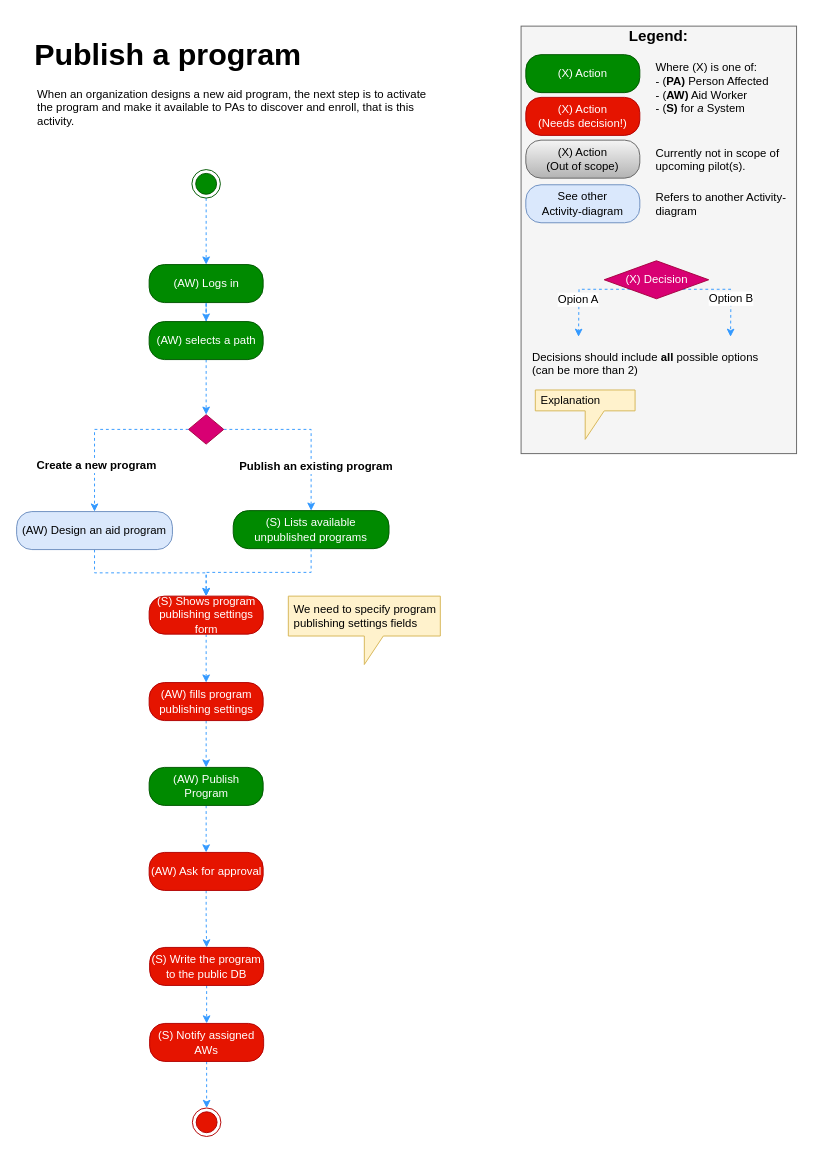
The draw.io diagram Activity Diagrams/Publish a program activity.drawio in nsward/diagrams, before the edit. Source tidied: cells renumbered, new cells numbered last; positions are measured from the earlier drawing's top-left corner, leaving out a move shared by most shapes. Both pictures are drawn from the tidied source at 95%, with x=0, y=0 at pixel (16, 16).
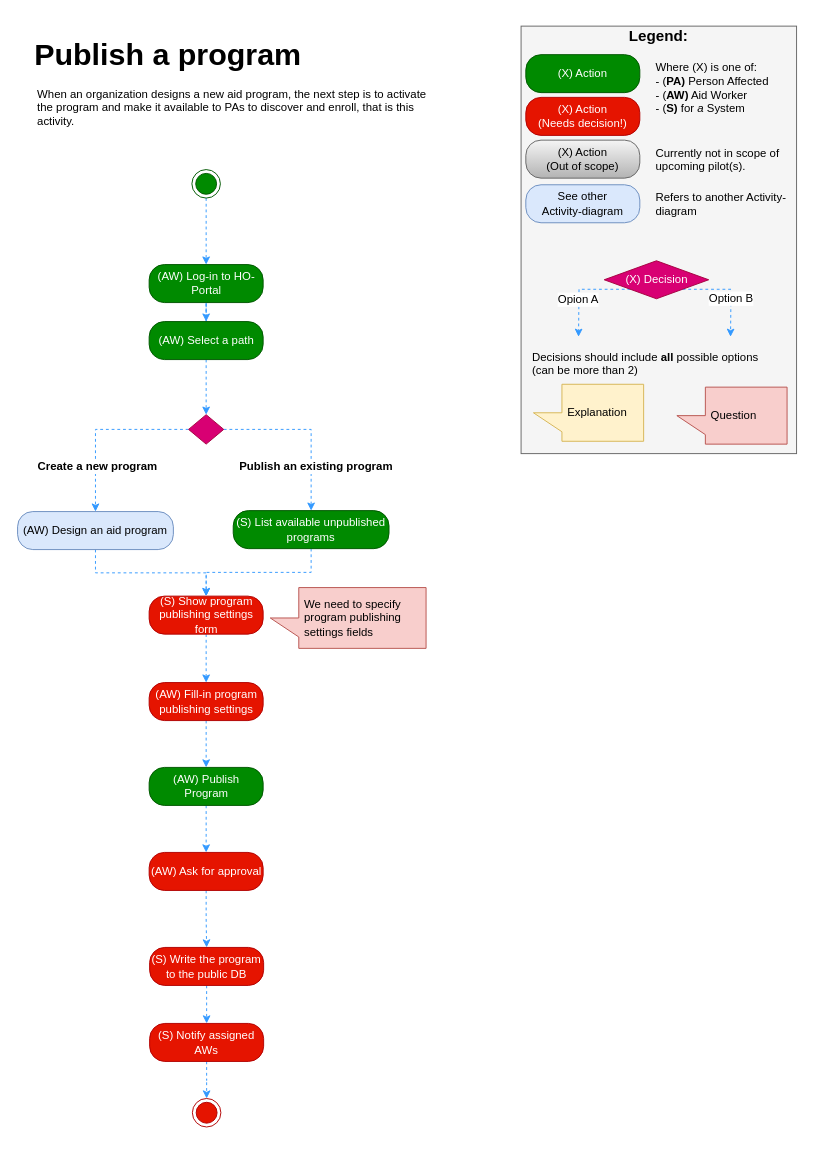
After the change.

Commit message:
AB#148 : Update "Publish a program" activity

The edit, as a diff of the source:
```diff
@@
-    <mxCell id="5" value="(AW) Logs in" style="rounded=1;whiteSpace=wrap;html=1;arcSize=40;fillColor=#008a00;strokeColor=#005700;fontColor=#ffffff;" parent="1" vertex="1">
+    <mxCell id="5" value="(AW) Log-in to HO-Portal" style="rounded=1;whiteSpace=wrap;html=1;arcSize=40;fillColor=#008a00;strokeColor=#005700;fontColor=#ffffff;" parent="1" vertex="1">
       <mxGeometry x="139.5" y="261" width="120" height="40" as="geometry" />
     </mxCell>
@@
-    <mxCell id="9" value="(AW) selects a path" style="rounded=1;whiteSpace=wrap;html=1;arcSize=40;fillColor=#008a00;strokeColor=#005700;fontColor=#ffffff;" parent="1" vertex="1">
+    <mxCell id="9" value="(AW) Select a path" style="rounded=1;whiteSpace=wrap;html=1;arcSize=40;fillColor=#008a00;strokeColor=#005700;fontColor=#ffffff;" parent="1" vertex="1">
       <mxGeometry x="139.5" y="321" width="120" height="40" as="geometry" />
     </mxCell>
@@
-    <mxCell id="11" value="(S) Shows program publishing settings form" style="rounded=1;whiteSpace=wrap;html=1;arcSize=40;fillColor=#e51400;strokeColor=#B20000;fontColor=#ffffff;" parent="1" vertex="1">
+    <mxCell id="11" value="(S) Show program publishing settings form" style="rounded=1;whiteSpace=wrap;html=1;arcSize=40;fillColor=#e51400;strokeColor=#B20000;fontColor=#ffffff;" parent="1" vertex="1">
       <mxGeometry x="139.5" y="610" width="120" height="40" as="geometry" />
     </mxCell>
@@
-    <mxCell id="13" value="(AW) fills program publishing settings" style="rounded=1;whiteSpace=wrap;html=1;arcSize=40;fillColor=#e51400;strokeColor=#B20000;fontColor=#ffffff;" parent="1" vertex="1">
+    <mxCell id="13" value="(AW) Fill-in program publishing settings" style="rounded=1;whiteSpace=wrap;html=1;arcSize=40;fillColor=#e51400;strokeColor=#B20000;fontColor=#ffffff;" parent="1" vertex="1">
       <mxGeometry x="139.5" y="701" width="120" height="40" as="geometry" />
     </mxCell>
@@
-    <mxCell id="33" value="&lt;p&gt;Explanation&lt;/p&gt;" style="shape=callout;whiteSpace=wrap;html=1;perimeter=calloutPerimeter;fillColor=#fff2cc;fontSize=12;align=left;strokeColor=#d6b656;spacingLeft=4;" parent="1" vertex="1">
-      <mxGeometry x="546" y="393" width="105" height="52" as="geometry" />
+    <mxCell id="33" value="&lt;p&gt;Explanation&lt;/p&gt;" style="shape=callout;whiteSpace=wrap;html=1;perimeter=calloutPerimeter;fillColor=#fff2cc;fontSize=12;align=left;strokeColor=#d6b656;spacingLeft=4;direction=south;" parent="1" vertex="1">
+      <mxGeometry x="544" y="387" width="116" height="60" as="geometry" />
     </mxCell>
@@
-    <mxCell id="41" value="(S) Lists available unpublished programs" style="rounded=1;whiteSpace=wrap;html=1;arcSize=40;fillColor=#008a00;strokeColor=#005700;fontColor=#ffffff;" parent="1" vertex="1">
+    <mxCell id="41" value="(S) List available unpublished programs" style="rounded=1;whiteSpace=wrap;html=1;arcSize=40;fillColor=#008a00;strokeColor=#005700;fontColor=#ffffff;" parent="1" vertex="1">
       <mxGeometry x="228" y="520" width="164" height="40" as="geometry" />
     </mxCell>
@@
     <mxCell id="43" value="(AW) Design an aid program" style="rounded=1;whiteSpace=wrap;html=1;arcSize=40;fillColor=#dae8fc;strokeColor=#6c8ebf;fontColor=#000000;" parent="1" vertex="1">
-      <mxGeometry y="521" width="164" height="40" as="geometry" />
+      <mxGeometry x="1" y="521" width="164" height="40" as="geometry" />
     </mxCell>
@@
     <mxCell id="50" style="ellipse;html=1;shape=endState;fillColor=#e51400;strokeColor=#B20000;fontColor=#ffffff;" parent="1" vertex="1">
-      <mxGeometry x="185" y="1148.8" width="30" height="30" as="geometry" />
+      <mxGeometry x="185" y="1138.8" width="30" height="30" as="geometry" />
     </mxCell>
@@
-    <mxCell id="53" value="&lt;p&gt;We need to specify program publishing settings fields&lt;/p&gt;" style="shape=callout;whiteSpace=wrap;html=1;perimeter=calloutPerimeter;fillColor=#fff2cc;fontSize=12;align=left;strokeColor=#d6b656;spacingLeft=4;" parent="1" vertex="1">
-      <mxGeometry x="286" y="610" width="160" height="72" as="geometry" />
+    <mxCell id="53" value="&lt;p&gt;We need to specify program publishing settings fields&lt;/p&gt;" style="shape=callout;whiteSpace=wrap;html=1;perimeter=calloutPerimeter;fillColor=#f8cecc;fontSize=12;align=left;strokeColor=#b85450;spacingLeft=4;direction=south;" parent="1" vertex="1">
+      <mxGeometry x="267" y="601" width="164" height="64" as="geometry" />
     </mxCell>
+    <mxCell id="54" value="&lt;p&gt;Question&lt;/p&gt;" style="shape=callout;whiteSpace=wrap;html=1;perimeter=calloutPerimeter;fillColor=#f8cecc;fontSize=12;align=left;strokeColor=#b85450;spacingLeft=4;direction=south;" parent="1" vertex="1">
+      <mxGeometry x="695" y="390" width="116" height="60" as="geometry" />
+    </mxCell>
```
